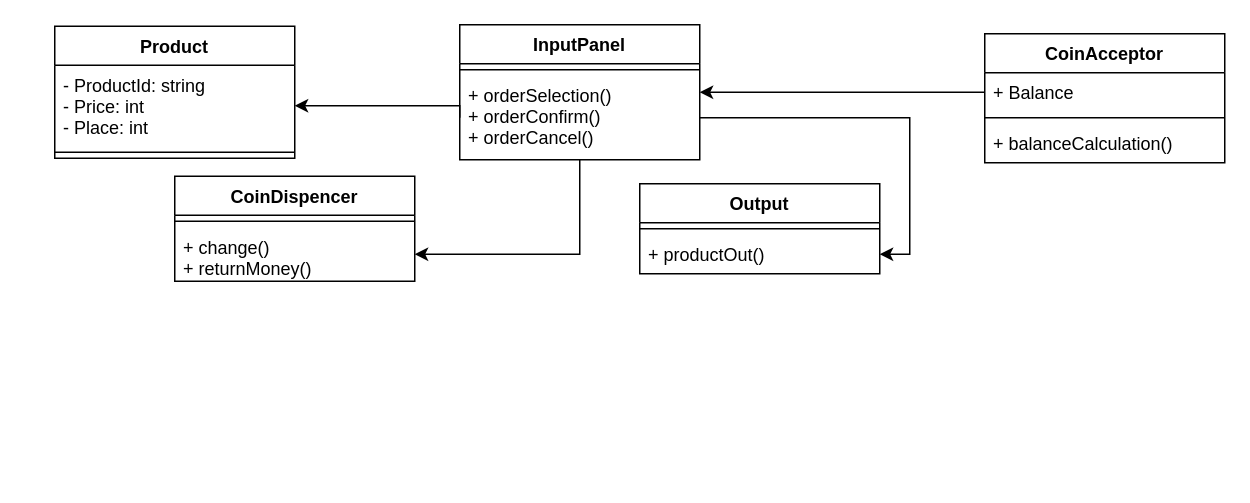
Above: Untitled Diagram.drawio in StpnPntr/UchebnayaPractice (draw.io), before the change. Source tidied: cells renumbered, new cells numbered last; positions are measured from the earlier drawing's top-left corner, leaving out a move shared by most shapes. Both pictures are drawn from the tidied source at 150%, with x=0, y=0 at pixel (54, 24).
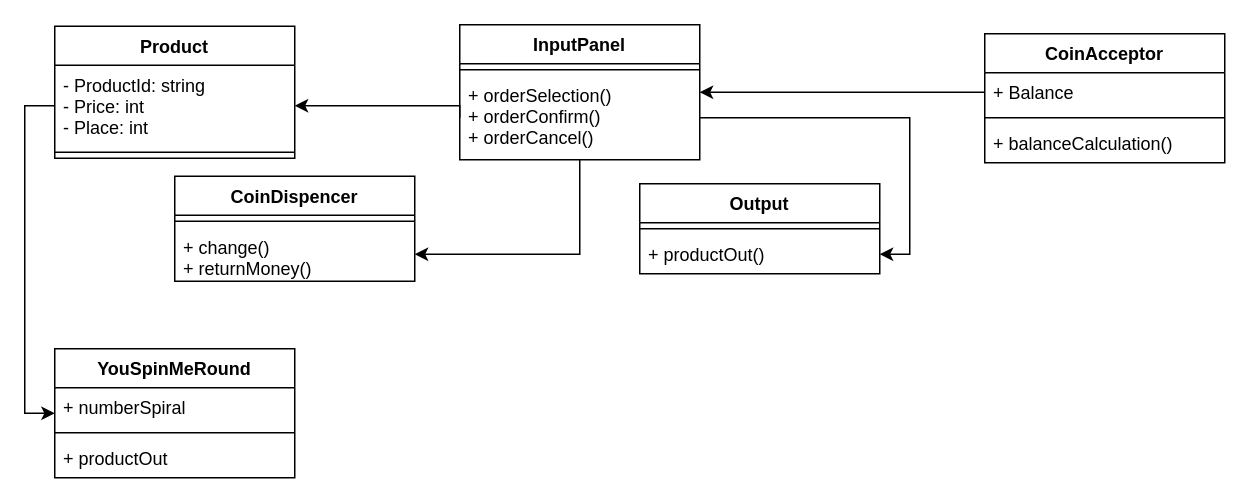
After the change.

Unchanged cells that the change refers to:
```xml
<mxCell id="3" value="- ProductId: string&#10;- Price: int&#10;- Place: int" style="text;strokeColor=none;fillColor=none;align=left;verticalAlign=top;spacingLeft=4;spacingRight=4;overflow=hidden;points=[[0,0.5],[1,0.5]];portConstraint=eastwest;shadow=0;" parent="2" vertex="1">
  <mxGeometry y="26" width="160" height="54" as="geometry" />
</mxCell>
```

Change to the diagram source:
```diff
@@
+    <mxCell id="22" value="YouSpinMeRound" style="swimlane;fontStyle=1;align=center;verticalAlign=top;horizontal=1;startSize=26;" parent="1" vertex="1">
+      <mxGeometry y="216" width="160" height="86" as="geometry" />
+    </mxCell>
+    <mxCell id="23" value="+ numberSpiral" style="text;strokeColor=none;fillColor=none;align=left;verticalAlign=top;spacingLeft=4;spacingRight=4;overflow=hidden;" parent="22" vertex="1">
+      <mxGeometry y="26" width="160" height="26" as="geometry" />
+    </mxCell>
+    <mxCell id="24" style="line;strokeWidth=1;fillColor=none;align=left;verticalAlign=middle;spacingTop=-1;spacingLeft=3;spacingRight=3;labelPosition=right;" parent="22" vertex="1">
+      <mxGeometry y="52" width="160" height="8" as="geometry" />
+    </mxCell>
+    <mxCell id="25" value="+ productOut" style="text;strokeColor=none;fillColor=none;align=left;verticalAlign=top;spacingLeft=4;spacingRight=4;overflow=hidden;" parent="22" vertex="1">
+      <mxGeometry y="60" width="160" height="26" as="geometry" />
+    </mxCell>
+    <mxCell id="26" style="edgeStyle=orthogonalEdgeStyle;rounded=0;jettySize=auto;html=1;exitX=0;exitY=0.5;exitDx=0;exitDy=0;entryX=0;entryY=0.5;entryDx=0;entryDy=0;" parent="1" edge="1" source="3" target="22">
+      <mxGeometry relative="1" as="geometry" />
+    </mxCell>
```
